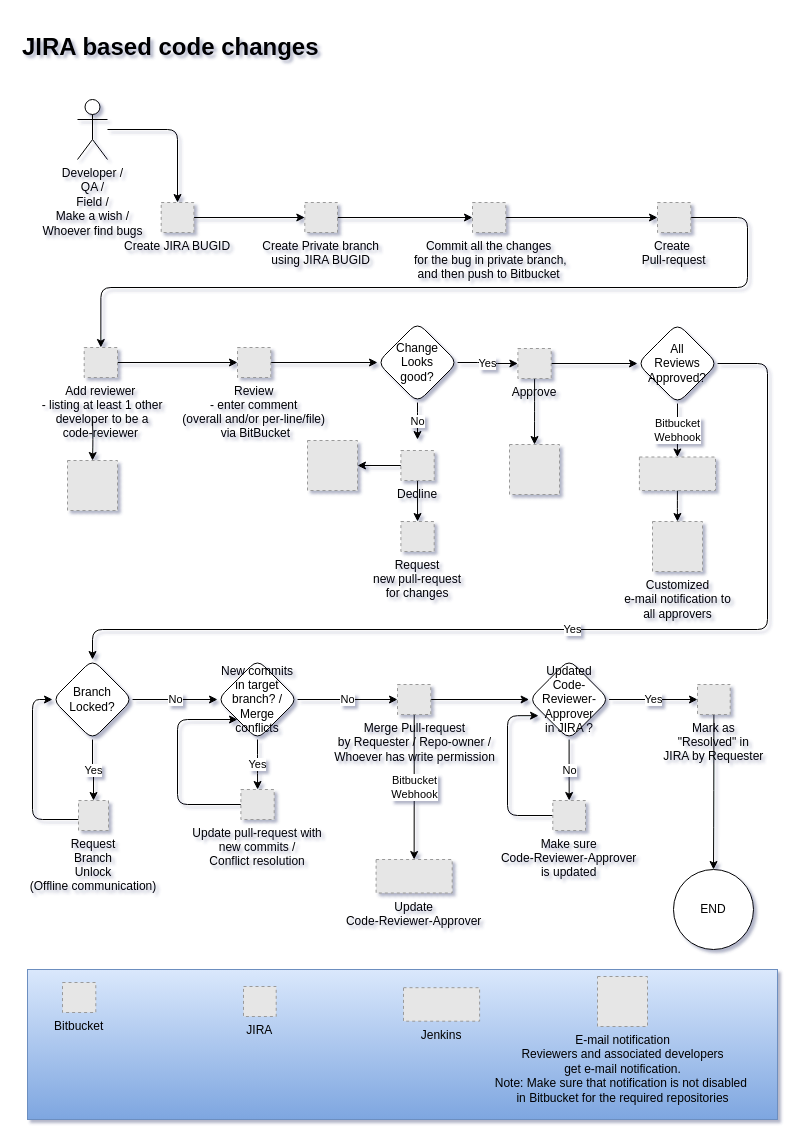
satheesh-nainar/draw-io keeps this draw.io diagram as page "Dev-Workflow" (1 of 3) of ReviewProcess.drawio. Above is the earlier version. Source tidied: cells renumbered, new cells numbered last; positions are measured from the earlier drawing's top-left corner, leaving out a move shared by most shapes. Both pictures are drawn from the tidied source at 100%, with x=0, y=0 at pixel (17, 27). Pictures stored in the file or linked from it are replaced by grey dashed boxes.
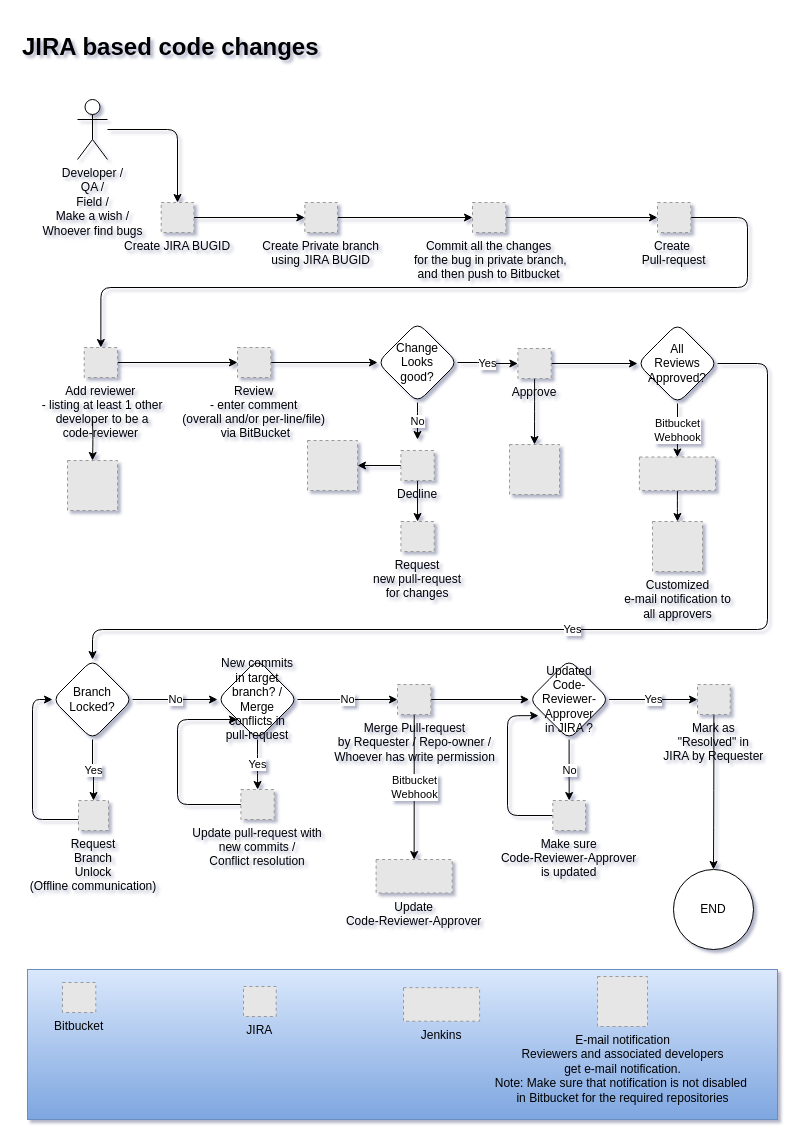
Above is the later version.

Change to the diagram source:
```diff
@@
-    <mxCell id="59" value="New commits in target branch? /&lt;br&gt;Merge conflicts" style="rhombus;whiteSpace=wrap;html=1;rounded=1;" parent="1" vertex="1">
+    <mxCell id="59" value="New commits in target branch? /&lt;br&gt;Merge conflicts in&lt;br&gt;pull-request" style="rhombus;whiteSpace=wrap;html=1;rounded=1;" parent="1" vertex="1">
       <mxGeometry x="200" y="632" width="80" height="80" as="geometry" />
     </mxCell>
```
